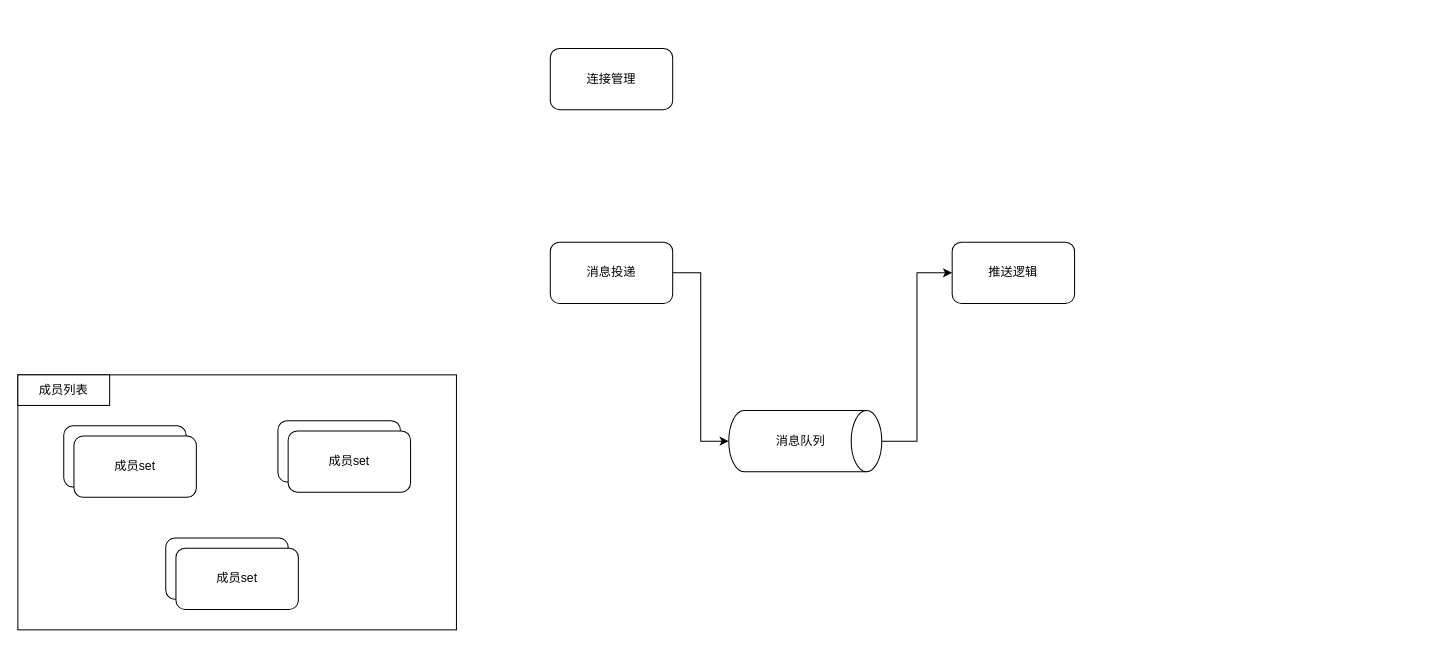
This is live.drawio from lovercode/drawio, a draw.io file, before an edit. Source tidied: cells renumbered, new cells numbered last; positions are measured from the earlier drawing's top-left corner, leaving out a move shared by most shapes. Both pictures are drawn from the tidied source at 102%, with x=0, y=0 at pixel (17, 48).
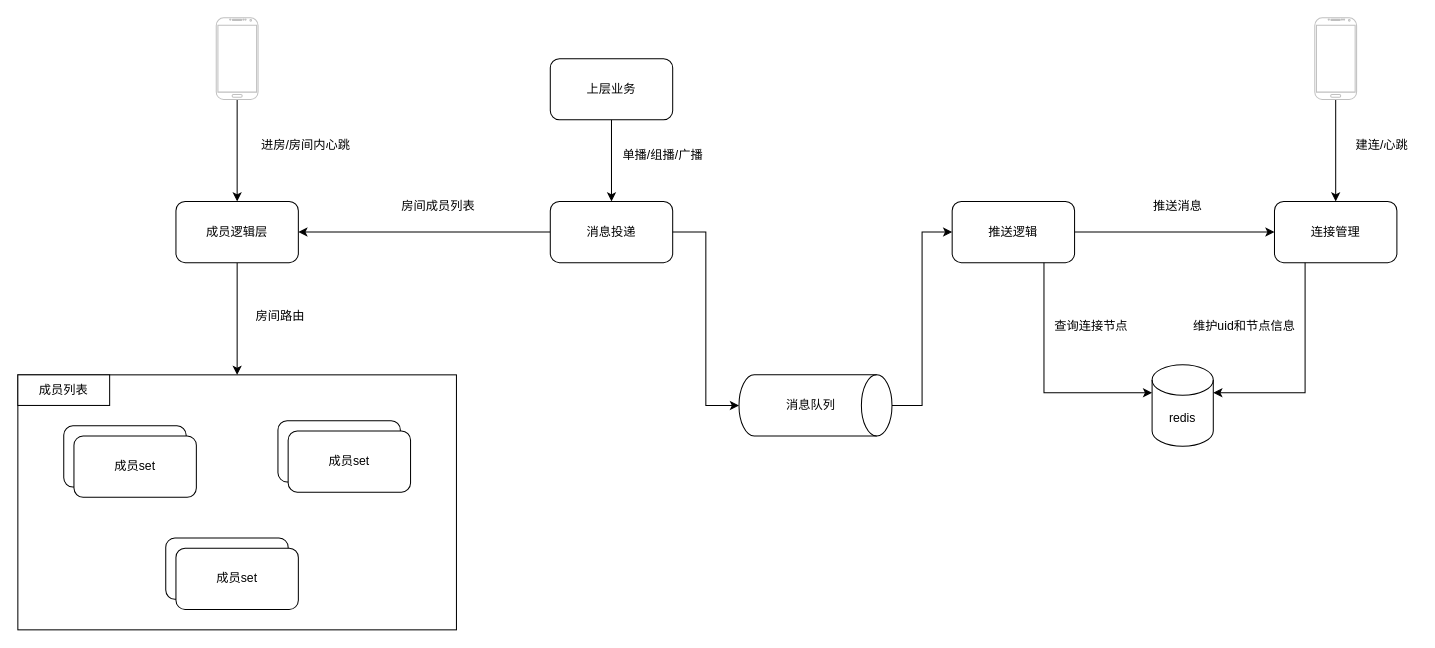
The same page after the edit.

The change refers to these unchanged cells:
```xml
<mxCell id="2" style="rounded=0;whiteSpace=wrap;html=1;" parent="1" vertex="1">
  <mxGeometry y="320" width="430" height="250" as="geometry" />
</mxCell>
```

What changed in the source:
```diff
@@
     <mxCell id="3" value="连接管理" style="rounded=1;whiteSpace=wrap;html=1;" parent="1" vertex="1">
-      <mxGeometry x="522" width="120" height="60" as="geometry" />
+      <mxGeometry x="1232" y="150" width="120" height="60" as="geometry" />
     </mxCell>
+    <mxCell id="17" style="edgeStyle=orthogonalEdgeStyle;rounded=0;jettySize=auto;html=1;exitX=1;exitY=0.5;exitDx=0;exitDy=0;entryX=0;entryY=0.5;entryDx=0;entryDy=0;" parent="1" edge="1" source="4" target="3">
+      <mxGeometry relative="1" as="geometry" />
+    </mxCell>
     <mxCell id="4" value="推送逻辑" style="rounded=1;whiteSpace=wrap;html=1;" parent="1" vertex="1">
-      <mxGeometry x="916" y="190" width="120" height="60" as="geometry" />
+      <mxGeometry x="916" y="150" width="120" height="60" as="geometry" />
     </mxCell>
+    <mxCell id="18" style="edgeStyle=orthogonalEdgeStyle;rounded=0;jettySize=auto;html=1;exitX=0;exitY=0.5;exitDx=0;exitDy=0;entryX=1;entryY=0.5;entryDx=0;entryDy=0;" parent="1" edge="1" source="5" target="20">
+      <mxGeometry relative="1" as="geometry" />
+    </mxCell>
     <mxCell id="5" value="消息投递" style="rounded=1;whiteSpace=wrap;html=1;" parent="1" vertex="1">
-      <mxGeometry x="522" y="190" width="120" height="60" as="geometry" />
+      <mxGeometry x="522" y="150" width="120" height="60" as="geometry" />
     </mxCell>
@@
     <mxCell id="7" style="shape=cylinder3;whiteSpace=wrap;html=1;boundedLbl=1;backgroundOutline=1;size=15;rotation=90;" parent="1" vertex="1">
-      <mxGeometry x="742" y="310" width="60" height="150" as="geometry" />
+      <mxGeometry x="752" y="275" width="60" height="150" as="geometry" />
     </mxCell>
@@
     <mxCell id="9" value="消息队列" style="text;html=1;align=center;verticalAlign=middle;strokeColor=none;fillColor=none;" parent="1" vertex="1">
-      <mxGeometry x="732" y="370" width="70" height="30" as="geometry" />
+      <mxGeometry x="742" y="335" width="70" height="30" as="geometry" />
     </mxCell>
@@
+    <mxCell id="19" style="edgeStyle=orthogonalEdgeStyle;rounded=0;jettySize=auto;html=1;exitX=0.5;exitY=1;exitDx=0;exitDy=0;" parent="1" edge="1" source="20" target="2">
+      <mxGeometry relative="1" as="geometry" />
+    </mxCell>
+    <mxCell id="20" value="成员逻辑层" style="rounded=1;whiteSpace=wrap;html=1;" parent="1" vertex="1">
+      <mxGeometry x="155" y="150" width="120" height="60" as="geometry" />
+    </mxCell>
+    <mxCell id="21" value="房间成员列表" style="text;html=1;align=center;verticalAlign=middle;strokeColor=none;fillColor=none;" parent="1" vertex="1">
+      <mxGeometry x="362" y="140" width="100" height="30" as="geometry" />
+    </mxCell>
+    <mxCell id="22" value="房间路由" style="text;html=1;align=center;verticalAlign=middle;strokeColor=none;fillColor=none;" parent="1" vertex="1">
+      <mxGeometry x="222" y="248" width="70" height="30" as="geometry" />
+    </mxCell>
+    <mxCell id="23" style="edgeStyle=orthogonalEdgeStyle;rounded=0;jettySize=auto;html=1;" parent="1" edge="1" source="24" target="3">
+      <mxGeometry relative="1" as="geometry" />
+    </mxCell>
+    <mxCell id="24" style="verticalLabelPosition=bottom;verticalAlign=top;html=1;shadow=0;dashed=0;strokeWidth=1;shape=mxgraph.android.phone2;strokeColor=#c0c0c0;" parent="1" vertex="1">
+      <mxGeometry x="1271.5" y="-30" width="41" height="80" as="geometry" />
+    </mxCell>
+    <mxCell id="25" value="建连/心跳" style="text;html=1;align=center;verticalAlign=middle;strokeColor=none;fillColor=none;" parent="1" vertex="1">
+      <mxGeometry x="1302" y="80" width="70" height="30" as="geometry" />
+    </mxCell>
+    <mxCell id="26" value="redis" style="shape=cylinder3;whiteSpace=wrap;html=1;boundedLbl=1;backgroundOutline=1;size=15;" parent="1" vertex="1">
+      <mxGeometry x="1112" y="310" width="60" height="80" as="geometry" />
+    </mxCell>
+    <mxCell id="27" style="edgeStyle=orthogonalEdgeStyle;rounded=0;jettySize=auto;html=1;exitX=0.25;exitY=1;exitDx=0;exitDy=0;entryX=1;entryY=0;entryDx=0;entryDy=27.5;entryPerimeter=0;" parent="1" edge="1" source="3" target="26">
+      <mxGeometry relative="1" as="geometry" />
+    </mxCell>
+    <mxCell id="28" value="维护uid和节点信息" style="text;html=1;align=center;verticalAlign=middle;strokeColor=none;fillColor=none;" parent="1" vertex="1">
+      <mxGeometry x="1142" y="258" width="120" height="30" as="geometry" />
+    </mxCell>
+    <mxCell id="29" style="edgeStyle=orthogonalEdgeStyle;rounded=0;jettySize=auto;html=1;exitX=0.75;exitY=1;exitDx=0;exitDy=0;entryX=0;entryY=0;entryDx=0;entryDy=27.5;entryPerimeter=0;" parent="1" edge="1" source="4" target="26">
+      <mxGeometry relative="1" as="geometry" />
+    </mxCell>
+    <mxCell id="30" value="查询连接节点" style="text;html=1;align=center;verticalAlign=middle;strokeColor=none;fillColor=none;" parent="1" vertex="1">
+      <mxGeometry x="1002" y="258" width="100" height="30" as="geometry" />
+    </mxCell>
+    <mxCell id="31" value="推送消息" style="text;html=1;align=center;verticalAlign=middle;strokeColor=none;fillColor=none;" parent="1" vertex="1">
+      <mxGeometry x="1102" y="140" width="70" height="30" as="geometry" />
+    </mxCell>
+    <mxCell id="32" style="edgeStyle=orthogonalEdgeStyle;rounded=0;jettySize=auto;html=1;" parent="1" edge="1" source="33" target="5">
+      <mxGeometry relative="1" as="geometry" />
+    </mxCell>
+    <mxCell id="33" value="上层业务" style="rounded=1;whiteSpace=wrap;html=1;" parent="1" vertex="1">
+      <mxGeometry x="522" y="10" width="120" height="60" as="geometry" />
+    </mxCell>
+    <mxCell id="34" value="单播/组播/广播" style="text;html=1;align=center;verticalAlign=middle;strokeColor=none;fillColor=none;" parent="1" vertex="1">
+      <mxGeometry x="582" y="90" width="100" height="30" as="geometry" />
+    </mxCell>
+    <mxCell id="35" style="edgeStyle=orthogonalEdgeStyle;rounded=0;jettySize=auto;html=1;" parent="1" edge="1" source="36" target="20">
+      <mxGeometry relative="1" as="geometry" />
+    </mxCell>
+    <mxCell id="36" style="verticalLabelPosition=bottom;verticalAlign=top;html=1;shadow=0;dashed=0;strokeWidth=1;shape=mxgraph.android.phone2;strokeColor=#c0c0c0;" parent="1" vertex="1">
+      <mxGeometry x="194.5" y="-30" width="41" height="80" as="geometry" />
+    </mxCell>
+    <mxCell id="37" value="进房/房间内心跳" style="text;html=1;align=center;verticalAlign=middle;strokeColor=none;fillColor=none;" parent="1" vertex="1">
+      <mxGeometry x="227" y="80" width="110" height="30" as="geometry" />
+    </mxCell>
```
